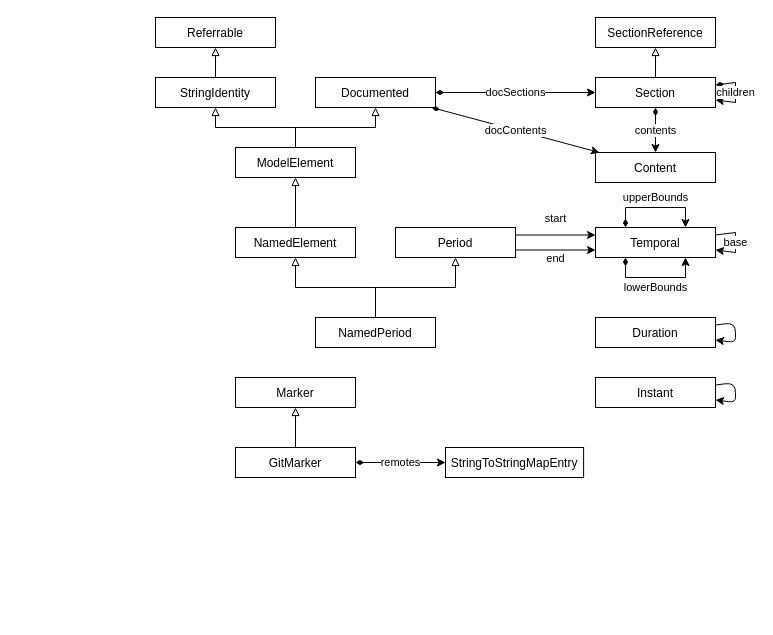
Nasdanika-Models/nxcore keeps this draw.io diagram as model/nxcore.drawio. Above is the earlier version. Source tidied: cells renumbered, new cells numbered last; positions are measured from the earlier drawing's top-left corner, leaving out a move shared by most shapes. Both pictures are drawn from the tidied source at 100%, with x=0, y=0 at pixel (155, 17).
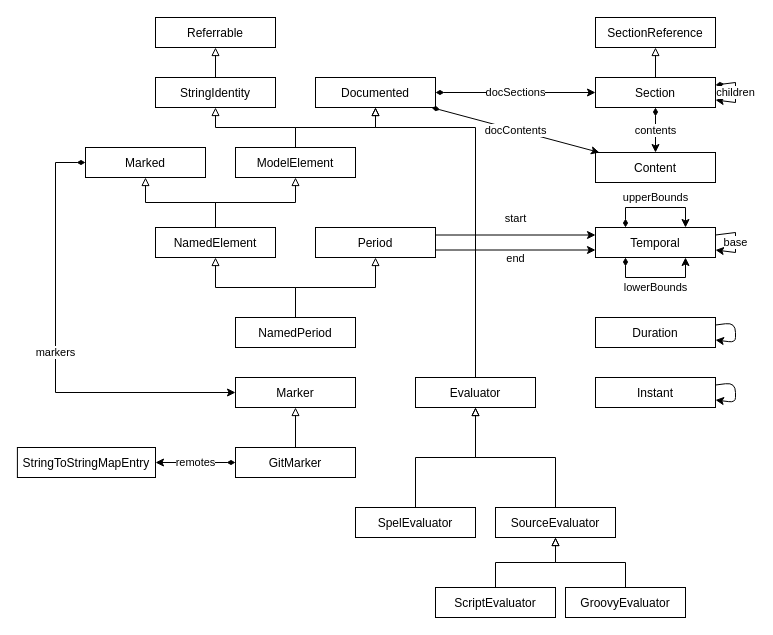
The same diagram, later.

Unchanged cells that the change refers to:
```xml
<mxCell id="11" value="Documented" parent="1" vertex="1">
  <mxGeometry x="160" y="60" width="120" height="30" as="geometry" />
</mxCell>
<mxCell id="16" value="Marker" parent="1" vertex="1">
  <mxGeometry x="80" y="360" width="120" height="30" as="geometry" />
</mxCell>
```

The edit, as a diff of the source:
```diff
@@
     <mxCell id="2" value="Period" parent="1" vertex="1">
-      <mxGeometry x="240" y="210" width="120" height="30" as="geometry" />
+      <mxGeometry x="160" y="210" width="120" height="30" as="geometry" />
     </mxCell>
@@
     <mxCell id="6" value="NamedElement" parent="1" vertex="1">
-      <mxGeometry x="80" y="210" width="120" height="30" as="geometry" />
+      <mxGeometry y="210" width="120" height="30" as="geometry" />
     </mxCell>
@@
     <mxCell id="28" value="NamedPeriod" parent="1" vertex="1">
-      <mxGeometry x="160" y="300" width="120" height="30" as="geometry" />
+      <mxGeometry x="80" y="300" width="120" height="30" as="geometry" />
     </mxCell>
@@
     <mxCell id="31" value="StringToStringMapEntry" parent="1" vertex="1">
-      <mxGeometry x="290" y="430" width="138.1" height="30" as="geometry" />
+      <mxGeometry x="-138.1" y="430" width="138.1" height="30" as="geometry" />
     </mxCell>
@@
+    <mxCell id="38" value="SpelEvaluator" parent="1" vertex="1">
+      <mxGeometry x="200" y="490" width="120" height="30" as="geometry" />
+    </mxCell>
+    <mxCell id="39" value="GroovyEvaluator" parent="1" vertex="1">
+      <mxGeometry x="410" y="570" width="120" height="30" as="geometry" />
+    </mxCell>
+    <mxCell id="40" value="SourceEvaluator" parent="1" vertex="1">
+      <mxGeometry x="340" y="490" width="120" height="30" as="geometry" />
+    </mxCell>
+    <mxCell id="41" style="edgeStyle=orthogonalEdgeStyle;rounded=0;jettySize=auto;html=1;endArrow=block;endFill=0;exitX=0.5;exitY=0;exitDx=0;exitDy=0;" parent="1" edge="1" source="39" target="40">
+      <mxGeometry relative="1" as="geometry" />
+    </mxCell>
+    <mxCell id="42" value="Evaluator" parent="1" vertex="1">
+      <mxGeometry x="260" y="360" width="120" height="30" as="geometry" />
+    </mxCell>
+    <mxCell id="43" style="edgeStyle=orthogonalEdgeStyle;rounded=0;jettySize=auto;html=1;endArrow=block;endFill=0;entryX=0.5;entryY=1;entryDx=0;entryDy=0;" parent="1" edge="1" source="42" target="11">
+      <mxGeometry relative="1" as="geometry">
+        <Array as="points">
+          <mxPoint x="320" y="110" />
+          <mxPoint x="220" y="110" />
+        </Array>
+      </mxGeometry>
+    </mxCell>
+    <mxCell id="44" style="edgeStyle=orthogonalEdgeStyle;rounded=0;jettySize=auto;html=1;endArrow=block;endFill=0;exitX=0.5;exitY=0;exitDx=0;exitDy=0;" parent="1" edge="1" source="40" target="42">
+      <mxGeometry relative="1" as="geometry" />
+    </mxCell>
+    <mxCell id="45" style="edgeStyle=orthogonalEdgeStyle;rounded=0;jettySize=auto;html=1;endArrow=block;endFill=0;exitX=0.5;exitY=0;exitDx=0;exitDy=0;" parent="1" edge="1" source="38" target="42">
+      <mxGeometry relative="1" as="geometry" />
+    </mxCell>
+    <mxCell id="46" value="ScriptEvaluator" parent="1" vertex="1">
+      <mxGeometry x="280" y="570" width="120" height="30" as="geometry" />
+    </mxCell>
+    <mxCell id="47" style="edgeStyle=orthogonalEdgeStyle;rounded=0;jettySize=auto;html=1;endArrow=block;endFill=0;exitX=0.5;exitY=0;exitDx=0;exitDy=0;" parent="1" edge="1" source="46" target="40">
+      <mxGeometry relative="1" as="geometry" />
+    </mxCell>
+    <mxCell id="48" value="Marked" parent="1" vertex="1">
+      <mxGeometry x="-70" y="130" width="120" height="30" as="geometry" />
+    </mxCell>
+    <mxCell id="49" value="markers" style="rounded=0;jettySize=1;html=1;startArrow=diamondThin;startFill=1;exitX=0;exitY=0.5;exitDx=0;exitDy=0;edgeStyle=orthogonalEdgeStyle;entryX=0;entryY=0.5;entryDx=0;entryDy=0;" parent="1" edge="1" source="48" target="16">
+      <mxGeometry relative="1" as="geometry">
+        <Array as="points">
+          <mxPoint x="-100" y="145" />
+          <mxPoint x="-100" y="375" />
+        </Array>
+      </mxGeometry>
+    </mxCell>
+    <mxCell id="50" style="edgeStyle=orthogonalEdgeStyle;rounded=0;jettySize=auto;html=1;endArrow=block;endFill=0;exitX=0.5;exitY=0;exitDx=0;exitDy=0;entryX=0.5;entryY=1;entryDx=0;entryDy=0;" parent="1" edge="1" source="6" target="48">
+      <mxGeometry relative="1" as="geometry" />
+    </mxCell>
```
